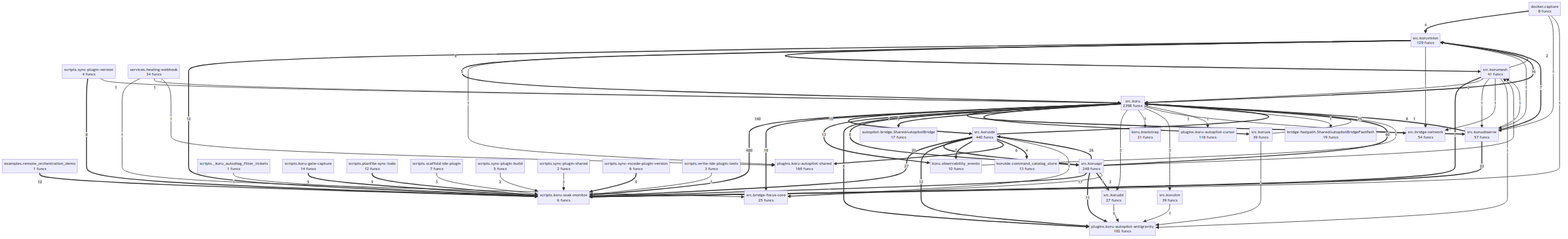
The Mermaid diagram project/compact_flow.png in semcod/koru, before a commit. Its source is kept beside it as project/compact_flow.mmd.
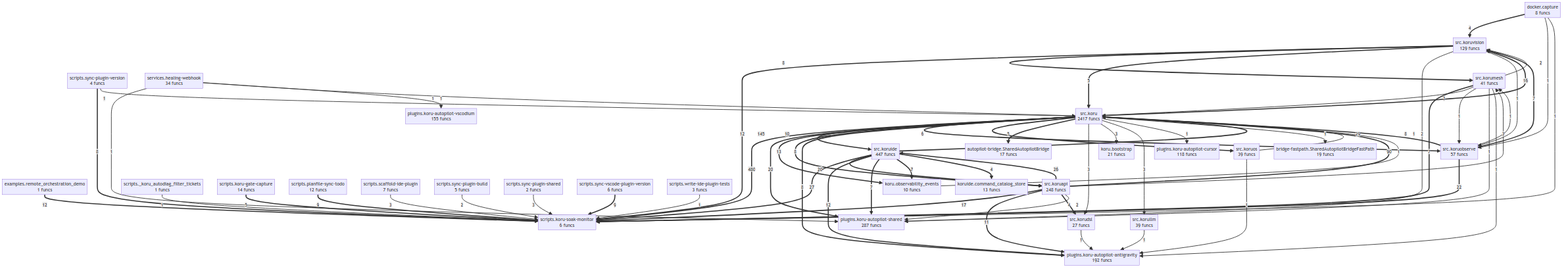
Above is the later version.

The edit, as a diff of the source:
```diff
@@ -8,7 +8,8 @@
     koruide__command_catalog_store["koruide.command_catalog_store<br/>13 funcs"]
     plugins__koru_autopilot_antigravity["plugins.koru-autopilot-antigravity<br/>192 funcs"]
     plugins__koru_autopilot_cursor["plugins.koru-autopilot-cursor<br/>118 funcs"]
-    plugins__koru_autopilot_shared["plugins.koru-autopilot-shared<br/>169 funcs"]
+    plugins__koru_autopilot_shared["plugins.koru-autopilot-shared<br/>287 funcs"]
+    plugins__koru_autopilot_vscodium["plugins.koru-autopilot-vscodium<br/>155 funcs"]
     scripts___koru_autodiag_filter_tickets["scripts._koru_autodiag_filter_tickets<br/>1 funcs"]
     scripts__koru_gate_capture["scripts.koru-gate-capture<br/>14 funcs"]
     scripts__koru_soak_monitor["scripts.koru-soak-monitor<br/>6 funcs"]
@@ -20,26 +21,24 @@
     scripts__sync_vscode_plugin_version["scripts.sync-vscode-plugin-version<br/>6 funcs"]
     scripts__write_ide_plugin_tests["scripts.write-ide-plugin-tests<br/>3 funcs"]
     services__healing_webhook["services.healing-webhook<br/>34 funcs"]
-    src__bridge_focus_core["src.bridge-focus-core<br/>25 funcs"]
-    src__bridge_network["src.bridge-network<br/>54 funcs"]
-    src__koru["src.koru<br/>2398 funcs"]
+    src__koru["src.koru<br/>2417 funcs"]
     src__koruapi["src.koruapi<br/>248 funcs"]
     src__korudsl["src.korudsl<br/>27 funcs"]
-    src__koruide["src.koruide<br/>440 funcs"]
+    src__koruide["src.koruide<br/>447 funcs"]
     src__korullm["src.korullm<br/>39 funcs"]
     src__korumesh["src.korumesh<br/>41 funcs"]
     src__koruobserve["src.koruobserve<br/>57 funcs"]
     src__koruos["src.koruos<br/>39 funcs"]
     src__koruvision["src.koruvision<br/>129 funcs"]
     src__koru ==>|480| scripts__koru_soak_monitor
-    src__koru ==>|140| src__koruide
+    src__koru ==>|145| src__koruide
     src__koruapi ==>|90| src__koru
     src__koruide ==>|29| src__koru
     src__koruide ==>|27| scripts__koru_soak_monitor
     src__koruapi ==>|26| src__koruide
     src__koruobserve ==>|22| scripts__koru_soak_monitor
     src__koruide ==>|20| src__koruapi
-    src__koru ==>|19| src__bridge_focus_core
+    src__koru ==>|20| plugins__koru_autopilot_shared
     src__koruapi ==>|17| scripts__koru_soak_monitor
     src__koru ==>|16| src__koruvision
     src__koru ==>|13| koru__observability_events
@@ -48,17 +47,17 @@
     src__koruide ==>|12| plugins__koru_autopilot_antigravity
     src__koruapi ==>|11| plugins__koru_autopilot_antigravity
     src__koru ==>|10| src__koruobserve
+    scripts__sync_vscode_plugin_version ==>|9| scripts__koru_soak_monitor
     scripts__planfile_sync_todo ==>|9| scripts__koru_soak_monitor
-    scripts__sync_vscode_plugin_version ==>|9| scripts__koru_soak_monitor
     src__koruobserve ==>|8| src__koru
     src__koruvision ==>|8| src__korumesh
+    src__koru ==>|8| src__koruapi
     src__koru ==>|8| plugins__koru_autopilot_antigravity
-    src__koru ==>|8| src__koruapi
     scripts__sync_plugin_version ==>|8| scripts__koru_soak_monitor
     src__koruobserve ==>|7| src__koruvision
     src__korumesh ==>|7| scripts__koru_soak_monitor
+    src__koruide ==>|7| plugins__koru_autopilot_shared
     src__koruide ==>|7| koru__observability_events
-    src__koruide ==>|6| plugins__koru_autopilot_shared
     src__koru ==>|6| src__koruos
     src__koruvision ==>|5| src__koru
     src__koru ==>|5| autopilot_bridge__SharedAutopilotBridge
@@ -72,26 +71,23 @@
     src__koru -->|3| src__korullm
     scripts__sync_plugin_shared -->|3| scripts__koru_soak_monitor
     scripts__scaffold_ide_plugin -->|3| scripts__koru_soak_monitor
-    src__koruapi -->|2| src__bridge_focus_core
+    src__koruapi -->|2| plugins__koru_autopilot_shared
+    src__koruvision -->|2| plugins__koru_autopilot_shared
     src__korumesh -->|2| src__koru
     src__korumesh -->|2| src__koruvision
     scripts__sync_plugin_build -->|2| scripts__koru_soak_monitor
-    services__healing_webhook -->|1| src__bridge_focus_core
+    services__healing_webhook -->|1| plugins__koru_autopilot_shared
     services__healing_webhook -->|1| src__koru
-    services__healing_webhook -->|1| plugins__koru_autopilot_shared
+    services__healing_webhook -->|1| plugins__koru_autopilot_vscodium
     src__koruobserve -->|1| src__korumesh
     src__koruos -->|1| plugins__koru_autopilot_antigravity
     src__koruos -->|1| src__koru
     src__korudsl -->|1| plugins__koru_autopilot_antigravity
     src__korullm -->|1| plugins__koru_autopilot_antigravity
-    src__koruvision -->|1| plugins__koru_autopilot_shared
-    src__koruvision -->|1| src__bridge_network
     src__koruvision -->|1| src__koruobserve
     src__korumesh -->|1| src__koruobserve
-    src__korumesh -->|1| src__bridge_network
+    src__korumesh -->|1| plugins__koru_autopilot_shared
     src__korumesh -->|1| plugins__koru_autopilot_antigravity
-    src__koruide -->|1| src__bridge_focus_core
-    src__koru -->|1| src__bridge_network
     src__koru -->|1| plugins__koru_autopilot_cursor
     src__koru -->|1| bridge_fastpath__SharedAutopilotBridgeFastPath
     koru__observability_events -->|1| src__koru
```
